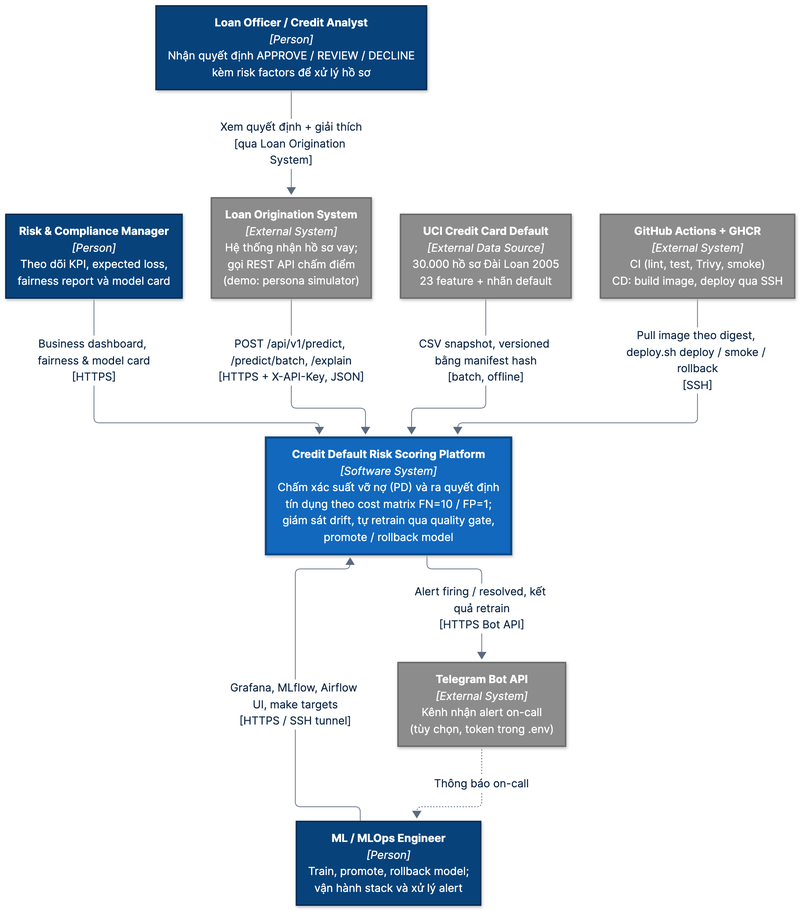
tungpheo11/DDM501_Group5 keeps this Mermaid diagram as FinalProject/docs/assets/diagrams/01-system-context.png. Above is the earlier version. Its source is kept beside it as FinalProject/docs/assets/diagrams/src/01-system-context.mmd. The source it was exported from:
```mermaid
flowchart TB
    officer["<b>Loan Officer / Credit Analyst</b><br/><i>[Person]</i><br/>Nhận quyết định APPROVE / REVIEW / DECLINE<br/>kèm risk factors để xử lý hồ sơ"]:::person
    mlops["<b>ML / MLOps Engineer</b><br/><i>[Person]</i><br/>Train, promote, rollback model;<br/>vận hành stack và xử lý alert"]:::person
    risk["<b>Risk &amp; Compliance Manager</b><br/><i>[Person]</i><br/>Theo dõi KPI, expected loss,<br/>fairness report và model card"]:::person

    los["<b>Loan Origination System</b><br/><i>[External System]</i><br/>Hệ thống nhận hồ sơ vay;<br/>gọi REST API chấm điểm<br/>(demo: persona simulator)"]:::external

    platform["<b>Credit Default Risk Scoring Platform</b><br/><i>[Software System]</i><br/>Chấm xác suất vỡ nợ (PD) và ra quyết định<br/>tín dụng theo cost matrix FN=10 / FP=1;<br/>giám sát drift, tự retrain qua quality gate,<br/>promote / rollback model"]:::system

    dataset["<b>UCI Credit Card Default</b><br/><i>[External Data Source]</i><br/>30.000 hồ sơ Đài Loan 2005<br/>23 feature + nhãn default"]:::external
    github["<b>GitHub Actions + GHCR</b><br/><i>[External System]</i><br/>CI (lint, test, Trivy, smoke)<br/>CD: build image, deploy qua SSH"]:::external
    telegram["<b>Telegram Bot API</b><br/><i>[External System]</i><br/>Kênh nhận alert on-call<br/>(tùy chọn, token trong .env)"]:::external

    los -- "POST /api/v1/predict, /predict/batch, /explain<br/>[HTTPS + X-API-Key, JSON]" --> platform
    officer -- "Xem quyết định + giải thích<br/>[qua Loan Origination System]" --> los
    mlops -- "Grafana, MLflow, Airflow UI, make targets<br/>[HTTPS / SSH tunnel]" --> platform
    risk -- "Business dashboard, fairness &amp; model card<br/>[HTTPS]" --> platform
    dataset -- "CSV snapshot, versioned bằng manifest hash<br/>[batch, offline]" --> platform
    github -- "Pull image theo digest, deploy.sh deploy / smoke / rollback<br/>[SSH]" --> platform
    platform -- "Alert firing / resolved, kết quả retrain<br/>[HTTPS Bot API]" --> telegram
    telegram -. "Thông báo on-call" .-> mlops

    classDef person fill:#08427B,stroke:#052E56,color:#FFFFFF,stroke-width:2px
    classDef system fill:#1168BD,stroke:#0B4884,color:#FFFFFF,stroke-width:3px
    classDef external fill:#8C8C8C,stroke:#6B6B6B,color:#FFFFFF,stroke-width:2px
```
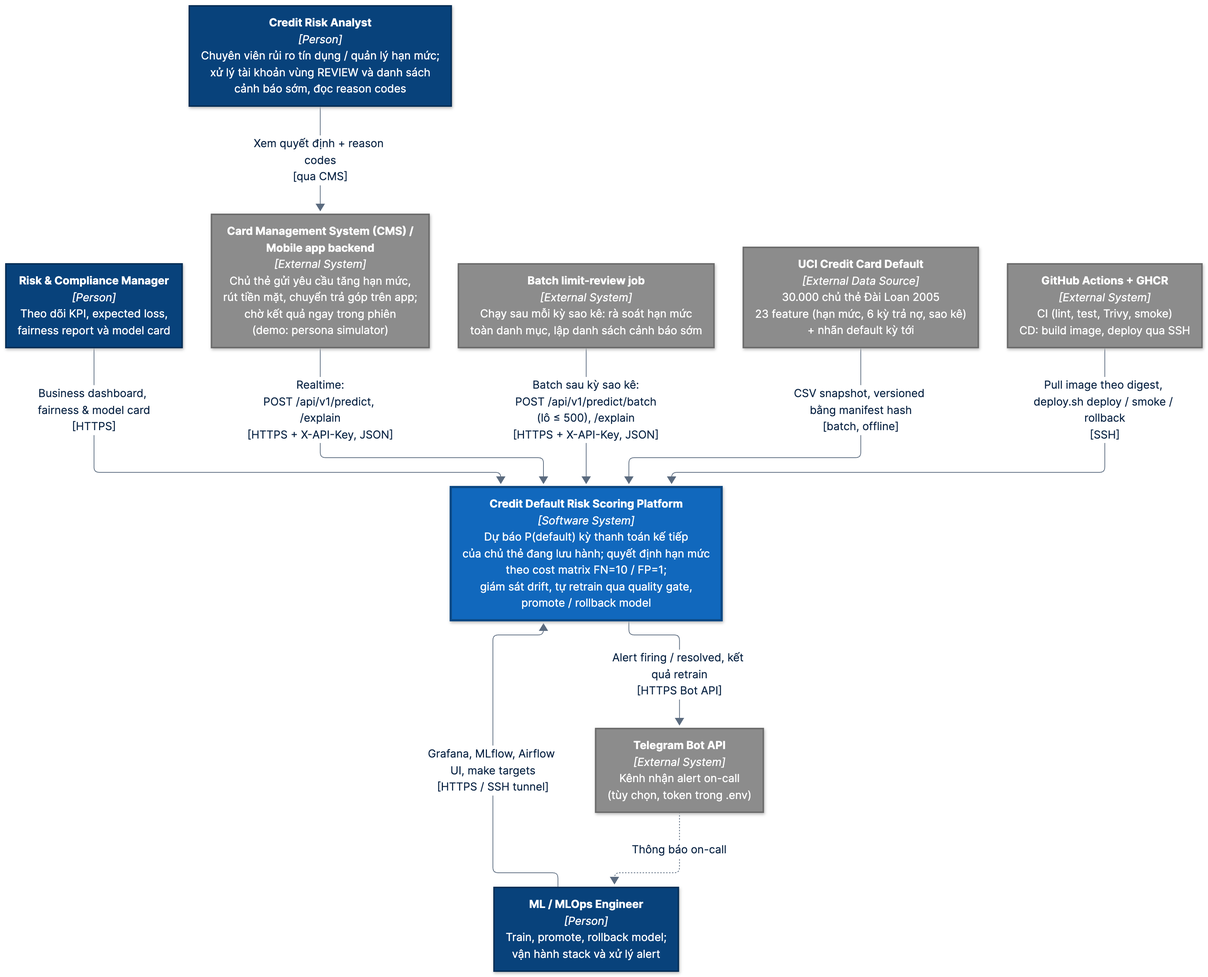
The same diagram one commit later.

Change to the diagram source:
```diff
@@ -1,18 +1,20 @@
 flowchart TB
-    officer["<b>Loan Officer / Credit Analyst</b><br/><i>[Person]</i><br/>Nhận quyết định APPROVE / REVIEW / DECLINE<br/>kèm risk factors để xử lý hồ sơ"]:::person
+    analyst["<b>Credit Risk Analyst</b><br/><i>[Person]</i><br/>Chuyên viên rủi ro tín dụng / quản lý hạn mức;<br/>xử lý tài khoản vùng REVIEW và danh sách<br/>cảnh báo sớm, đọc reason codes"]:::person
     mlops["<b>ML / MLOps Engineer</b><br/><i>[Person]</i><br/>Train, promote, rollback model;<br/>vận hành stack và xử lý alert"]:::person
     risk["<b>Risk &amp; Compliance Manager</b><br/><i>[Person]</i><br/>Theo dõi KPI, expected loss,<br/>fairness report và model card"]:::person
 
-    los["<b>Loan Origination System</b><br/><i>[External System]</i><br/>Hệ thống nhận hồ sơ vay;<br/>gọi REST API chấm điểm<br/>(demo: persona simulator)"]:::external
+    cms["<b>Card Management System (CMS) /<br/>Mobile app backend</b><br/><i>[External System]</i><br/>Chủ thẻ gửi yêu cầu tăng hạn mức,<br/>rút tiền mặt, chuyển trả góp trên app;<br/>chờ kết quả ngay trong phiên<br/>(demo: persona simulator)"]:::external
+    batch["<b>Batch limit-review job</b><br/><i>[External System]</i><br/>Chạy sau mỗi kỳ sao kê: rà soát hạn mức<br/>toàn danh mục, lập danh sách cảnh báo sớm"]:::external
 
-    platform["<b>Credit Default Risk Scoring Platform</b><br/><i>[Software System]</i><br/>Chấm xác suất vỡ nợ (PD) và ra quyết định<br/>tín dụng theo cost matrix FN=10 / FP=1;<br/>giám sát drift, tự retrain qua quality gate,<br/>promote / rollback model"]:::system
+    platform["<b>Credit Default Risk Scoring Platform</b><br/><i>[Software System]</i><br/>Dự báo P(default) kỳ thanh toán kế tiếp<br/>của chủ thẻ đang lưu hành; quyết định hạn mức<br/>theo cost matrix FN=10 / FP=1;<br/>giám sát drift, tự retrain qua quality gate,<br/>promote / rollback model"]:::system
 
-    dataset["<b>UCI Credit Card Default</b><br/><i>[External Data Source]</i><br/>30.000 hồ sơ Đài Loan 2005<br/>23 feature + nhãn default"]:::external
+    dataset["<b>UCI Credit Card Default</b><br/><i>[External Data Source]</i><br/>30.000 chủ thẻ Đài Loan 2005<br/>23 feature (hạn mức, 6 kỳ trả nợ, sao kê)<br/>+ nhãn default kỳ tới"]:::external
     github["<b>GitHub Actions + GHCR</b><br/><i>[External System]</i><br/>CI (lint, test, Trivy, smoke)<br/>CD: build image, deploy qua SSH"]:::external
     telegram["<b>Telegram Bot API</b><br/><i>[External System]</i><br/>Kênh nhận alert on-call<br/>(tùy chọn, token trong .env)"]:::external
 
-    los -- "POST /api/v1/predict, /predict/batch, /explain<br/>[HTTPS + X-API-Key, JSON]" --> platform
-    officer -- "Xem quyết định + giải thích<br/>[qua Loan Origination System]" --> los
+    cms -- "Realtime:<br/>POST /api/v1/predict, /explain<br/>[HTTPS + X-API-Key, JSON]" --> platform
+    batch -- "Batch sau kỳ sao kê:<br/>POST /api/v1/predict/batch<br/>(lô ≤ 500), /explain<br/>[HTTPS + X-API-Key, JSON]" --> platform
+    analyst -- "Xem quyết định + reason codes<br/>[qua CMS]" --> cms
     mlops -- "Grafana, MLflow, Airflow UI, make targets<br/>[HTTPS / SSH tunnel]" --> platform
     risk -- "Business dashboard, fairness &amp; model card<br/>[HTTPS]" --> platform
     dataset -- "CSV snapshot, versioned bằng manifest hash<br/>[batch, offline]" --> platform
```
